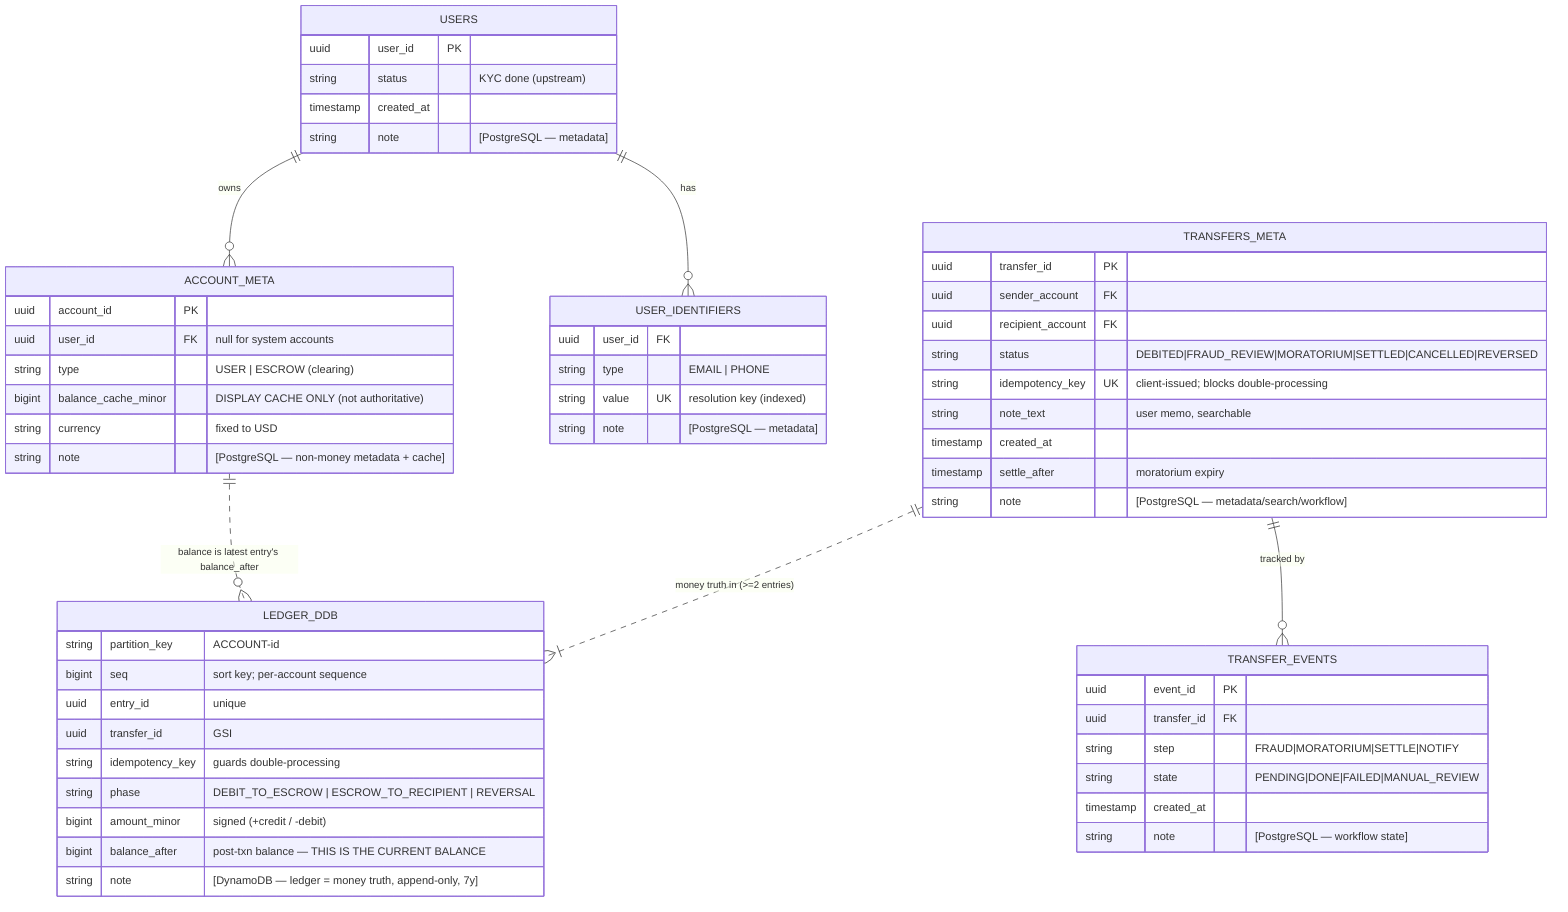
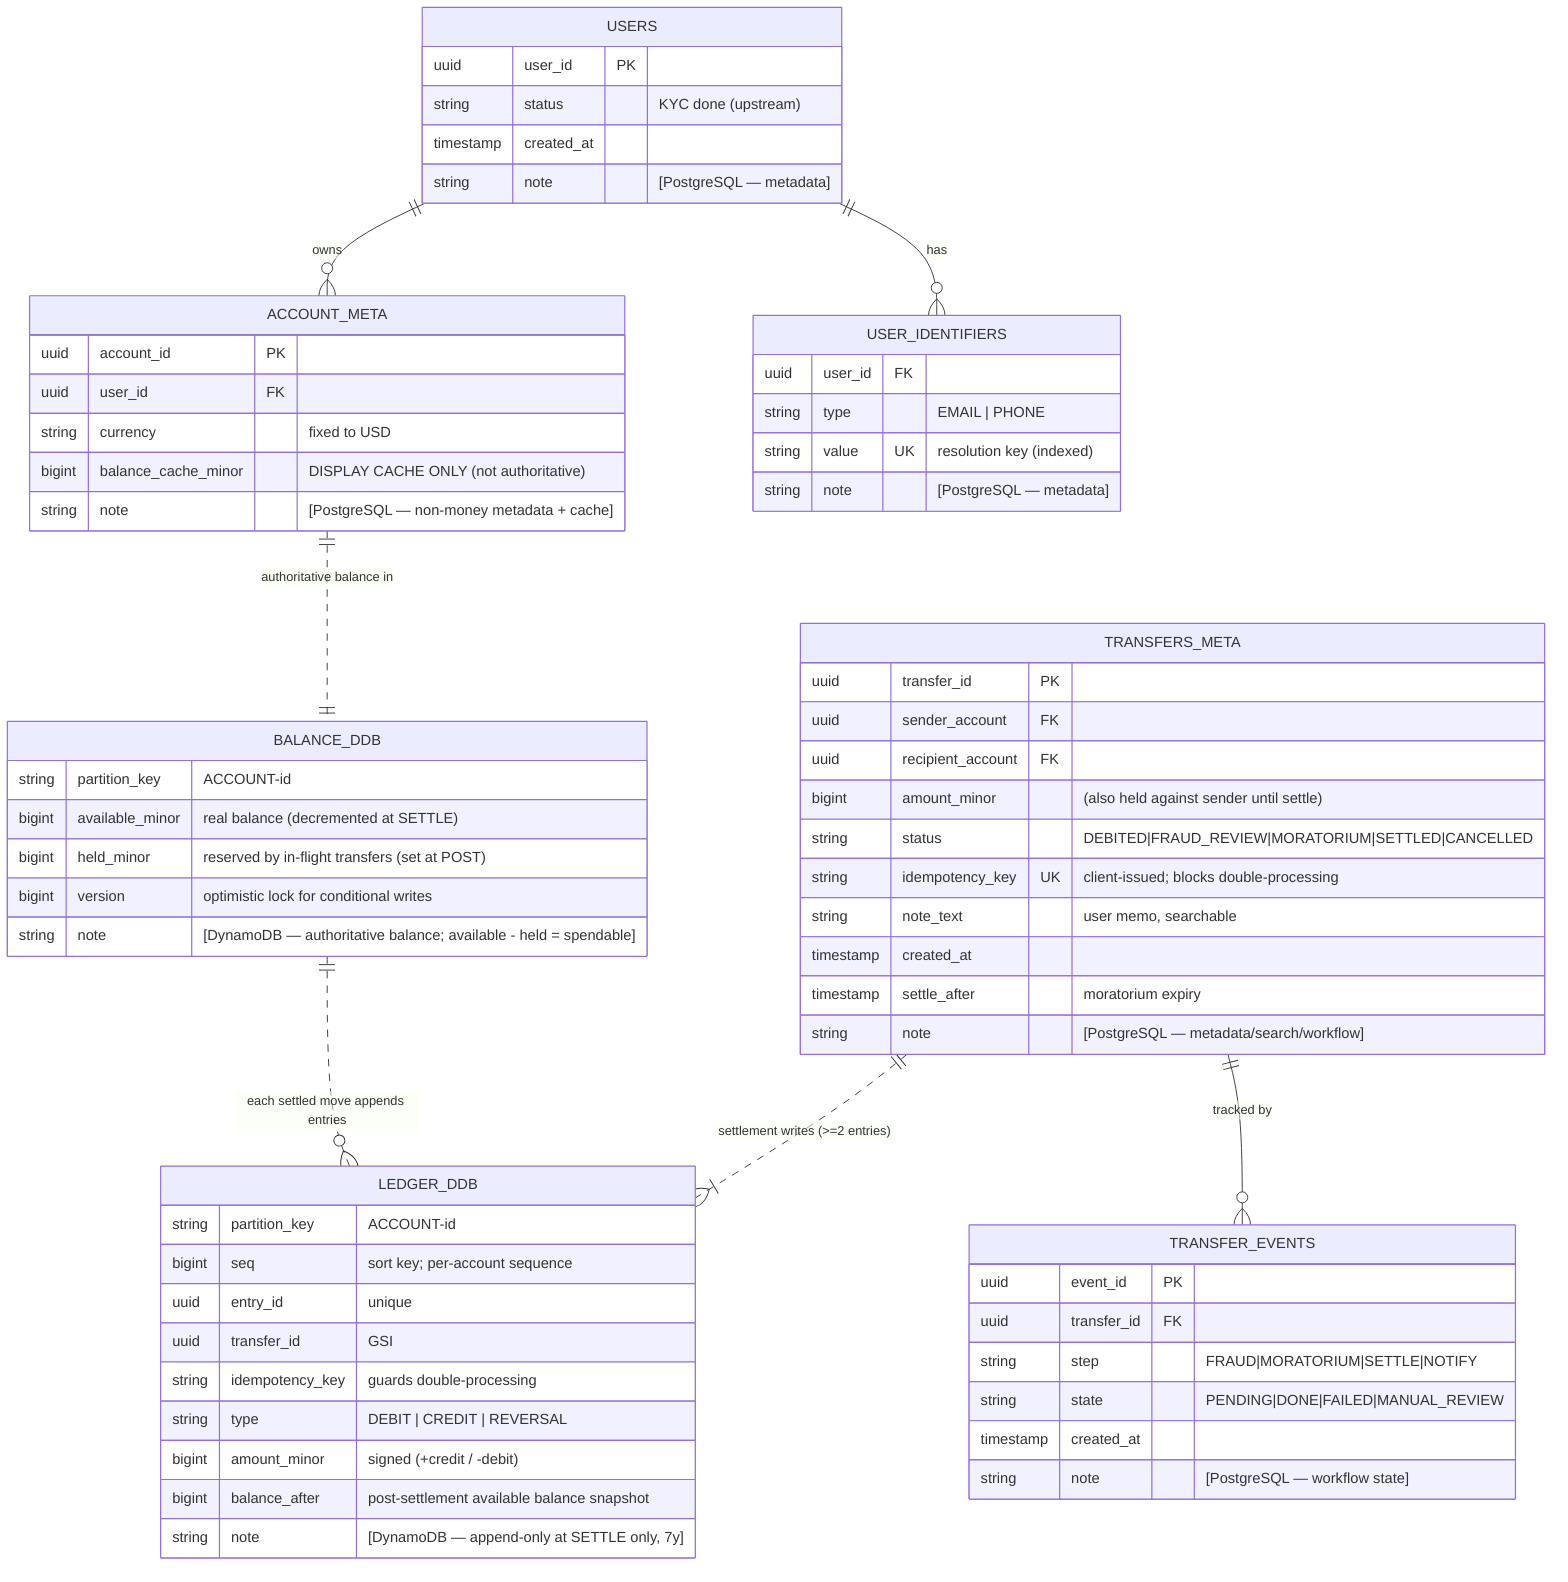
erDiagram
    USERS ||--o{ ACCOUNT_META : "owns"
    USERS ||--o{ USER_IDENTIFIERS : "has"
-     ACCOUNT_META ||..o{ LEDGER_DDB : "balance is latest entry's balance_after"
+     ACCOUNT_META ||..|| BALANCE_DDB : "authoritative balance in"
+     BALANCE_DDB ||..o{ LEDGER_DDB : "each settled move appends entries"
    TRANSFERS_META ||--o{ TRANSFER_EVENTS : "tracked by"
-     TRANSFERS_META ||..|{ LEDGER_DDB : "money truth in (>=2 entries)"
+     TRANSFERS_META ||..|{ LEDGER_DDB : "settlement writes (>=2 entries)"

    USERS {
        uuid user_id PK
        string status "KYC done (upstream)"
        timestamp created_at
        string note "[PostgreSQL — metadata]"
    }

    USER_IDENTIFIERS {
        uuid user_id FK
        string type "EMAIL | PHONE"
        string value UK "resolution key (indexed)"
        string note "[PostgreSQL — metadata]"
    }

    ACCOUNT_META {
        uuid account_id PK
-         uuid user_id FK "null for system accounts"
-         string type "USER | ESCROW (clearing)"
+         uuid user_id FK
+         string currency "fixed to USD"
        bigint balance_cache_minor "DISPLAY CACHE ONLY (not authoritative)"
-         string currency "fixed to USD"
        string note "[PostgreSQL — non-money metadata + cache]"
    }

    TRANSFERS_META {
        uuid transfer_id PK
        uuid sender_account FK
        uuid recipient_account FK
-         string status "DEBITED|FRAUD_REVIEW|MORATORIUM|SETTLED|CANCELLED|REVERSED"
+         bigint amount_minor "(also held against sender until settle)"
+         string status "DEBITED|FRAUD_REVIEW|MORATORIUM|SETTLED|CANCELLED"
        string idempotency_key UK "client-issued; blocks double-processing"
        string note_text "user memo, searchable"
        timestamp created_at
        timestamp settle_after "moratorium expiry"
        string note "[PostgreSQL — metadata/search/workflow]"
    }

    TRANSFER_EVENTS {
        uuid event_id PK
        uuid transfer_id FK
        string step "FRAUD|MORATORIUM|SETTLE|NOTIFY"
        string state "PENDING|DONE|FAILED|MANUAL_REVIEW"
        timestamp created_at
        string note "[PostgreSQL — workflow state]"
    }

+     BALANCE_DDB {
+         string partition_key "ACCOUNT-id"
+         bigint available_minor "real balance (decremented at SETTLE)"
+         bigint held_minor "reserved by in-flight transfers (set at POST)"
+         bigint version "optimistic lock for conditional writes"
+         string note "[DynamoDB — authoritative balance; available - held = spendable]"
+     }
+ 
    LEDGER_DDB {
        string partition_key "ACCOUNT-id"
        bigint seq "sort key; per-account sequence"
        uuid entry_id "unique"
        uuid transfer_id "GSI"
        string idempotency_key "guards double-processing"
-         string phase "DEBIT_TO_ESCROW | ESCROW_TO_RECIPIENT | REVERSAL"
+         string type "DEBIT | CREDIT | REVERSAL"
        bigint amount_minor "signed (+credit / -debit)"
-         bigint balance_after "post-txn balance — THIS IS THE CURRENT BALANCE"
-         string note "[DynamoDB — ledger = money truth, append-only, 7y]"
+         bigint balance_after "post-settlement available balance snapshot"
+         string note "[DynamoDB — append-only at SETTLE only, 7y]"
    }
